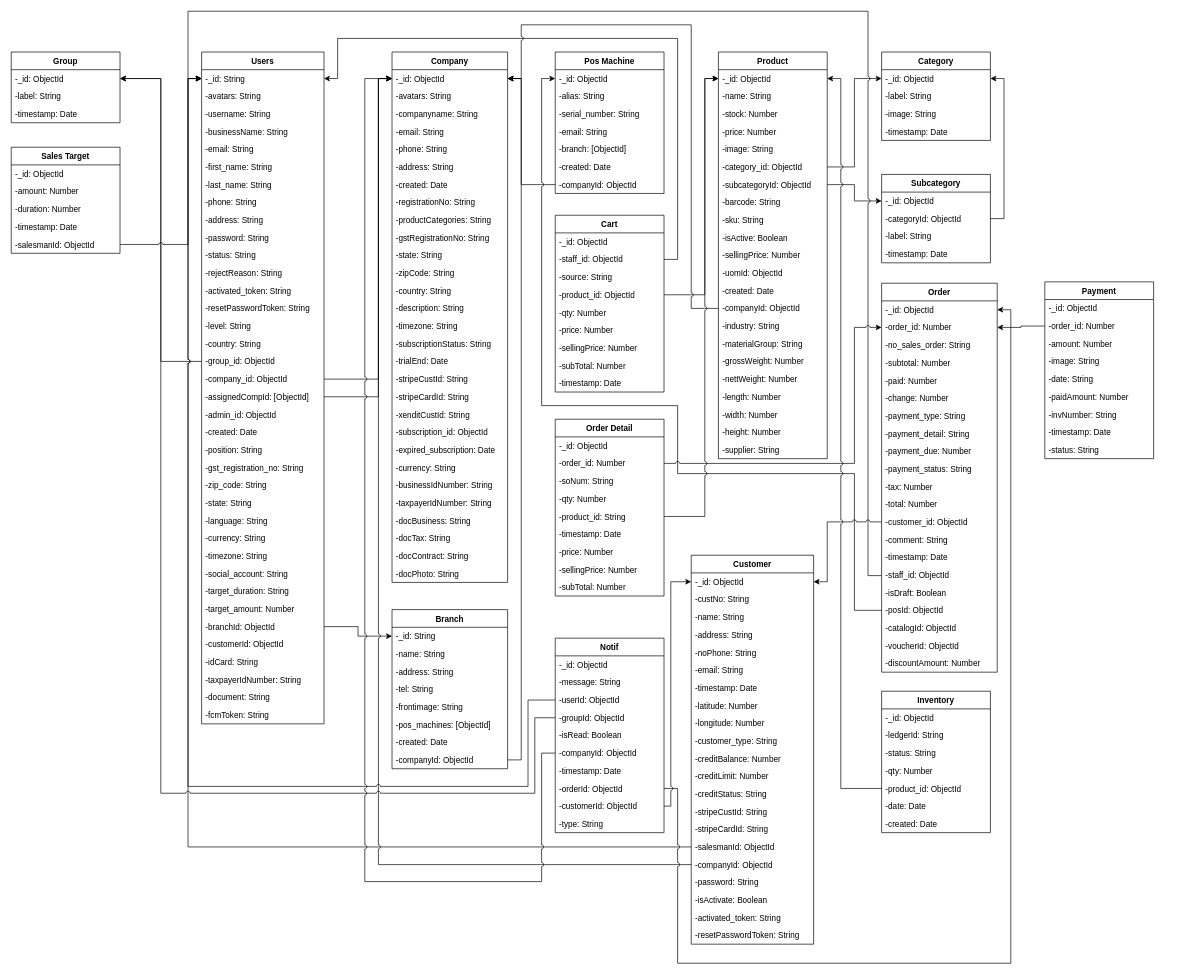
The draw.io diagram Baskit Database ERD.drawio in qadzifi-baskit/baskit-diagram, before the edit. Source tidied: cells renumbered, new cells numbered last; positions are measured from the earlier drawing's top-left corner, leaving out a move shared by most shapes. Both pictures are drawn from the tidied source at 68%, with x=0, y=0 at pixel (11, 11).
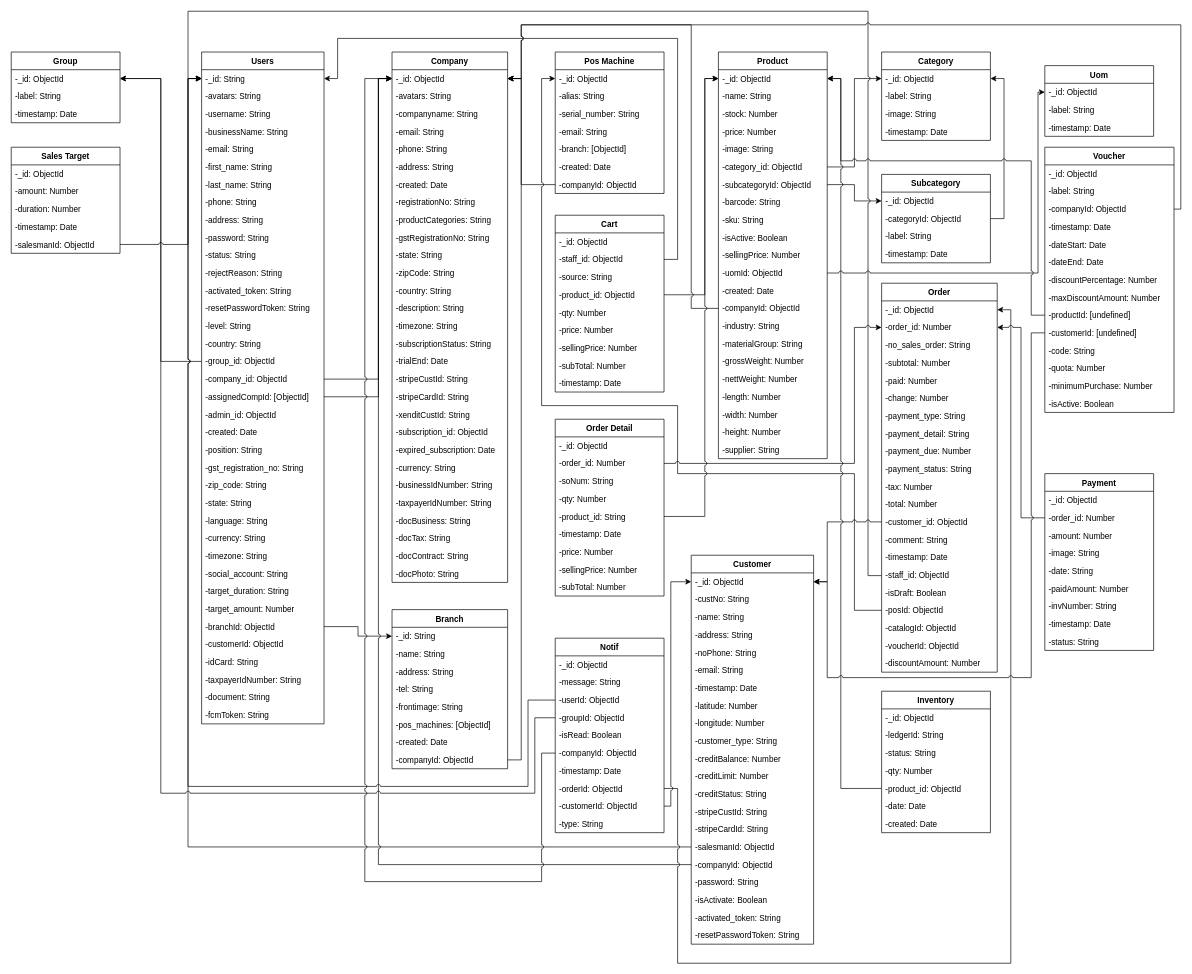
The same page after the edit.

Commit message:
add voucher schema

Unchanged cells that the change refers to:
```xml
<mxCell id="7" value="-_id: ObjectId" style="text;strokeColor=none;fillColor=none;align=left;verticalAlign=top;spacingLeft=4;spacingRight=4;overflow=hidden;points=[[0,0.5],[1,0.5]];portConstraint=eastwest;" parent="6" vertex="1">
  <mxGeometry y="26" width="170" height="26" as="geometry" />
</mxCell>
<mxCell id="109" value="-_id: ObjectId" style="text;strokeColor=none;fillColor=none;align=left;verticalAlign=top;spacingLeft=4;spacingRight=4;overflow=hidden;points=[[0,0.5],[1,0.5]];portConstraint=eastwest;" parent="108" vertex="1">
  <mxGeometry y="26" width="160" height="26" as="geometry" />
</mxCell>
<mxCell id="120" value="-uomId: ObjectId" style="text;strokeColor=none;fillColor=none;align=left;verticalAlign=top;spacingLeft=4;spacingRight=4;overflow=hidden;points=[[0,0.5],[1,0.5]];portConstraint=eastwest;" parent="108" vertex="1">
  <mxGeometry y="312" width="160" height="26" as="geometry" />
</mxCell>
<mxCell id="148" value="-order_id: Number" style="text;strokeColor=none;fillColor=none;align=left;verticalAlign=top;spacingLeft=4;spacingRight=4;overflow=hidden;points=[[0,0.5],[1,0.5]];portConstraint=eastwest;" parent="146" vertex="1">
  <mxGeometry y="52" width="170" height="26" as="geometry" />
</mxCell>
<mxCell id="183" value="-_id: ObjectId" style="text;strokeColor=none;fillColor=none;align=left;verticalAlign=top;spacingLeft=4;spacingRight=4;overflow=hidden;points=[[0,0.5],[1,0.5]];portConstraint=eastwest;" parent="182" vertex="1">
  <mxGeometry y="26" width="180" height="26" as="geometry" />
</mxCell>
<mxCell id="234" value="-order_id: Number" style="text;strokeColor=none;fillColor=none;align=left;verticalAlign=top;spacingLeft=4;spacingRight=4;overflow=hidden;points=[[0,0.5],[1,0.5]];portConstraint=eastwest;" parent="232" vertex="1">
  <mxGeometry y="52" width="160" height="26" as="geometry" />
</mxCell>
```

The edit, as a diff of the source:
```diff
@@
     <mxCell id="232" value="Payment" style="swimlane;fontStyle=1;horizontal=1;startSize=26;" parent="1" vertex="1">
-      <mxGeometry x="1520" y="398" width="160" height="260" as="geometry" />
+      <mxGeometry x="1520" y="680" width="160" height="260" as="geometry" />
     </mxCell>
@@
-    <mxCell id="242" style="edgeStyle=orthogonalEdgeStyle;rounded=0;jettySize=auto;html=1;" parent="1" edge="1" source="234" target="148">
+    <mxCell id="242" style="edgeStyle=orthogonalEdgeStyle;rounded=0;jettySize=auto;html=1;jumpStyle=arc;" parent="1" edge="1" source="234" target="148">
       <mxGeometry relative="1" as="geometry" />
     </mxCell>
@@
+    <mxCell id="250" value="Uom" style="swimlane;fontStyle=1;horizontal=1;startSize=26;" parent="1" vertex="1">
+      <mxGeometry x="1520" y="80" width="160" height="104" as="geometry" />
+    </mxCell>
+    <mxCell id="251" value="-_id: ObjectId" style="text;strokeColor=none;fillColor=none;align=left;verticalAlign=top;spacingLeft=4;spacingRight=4;overflow=hidden;points=[[0,0.5],[1,0.5]];portConstraint=eastwest;" parent="250" vertex="1">
+      <mxGeometry y="26" width="160" height="26" as="geometry" />
+    </mxCell>
+    <mxCell id="252" value="-label: String" style="text;strokeColor=none;fillColor=none;align=left;verticalAlign=top;spacingLeft=4;spacingRight=4;overflow=hidden;" parent="250" vertex="1">
+      <mxGeometry y="52" width="160" height="26" as="geometry" />
+    </mxCell>
+    <mxCell id="253" value="-timestamp: Date" style="text;strokeColor=none;fillColor=none;align=left;verticalAlign=top;spacingLeft=4;spacingRight=4;overflow=hidden;" parent="250" vertex="1">
+      <mxGeometry y="78" width="160" height="26" as="geometry" />
+    </mxCell>
+    <mxCell id="254" style="edgeStyle=orthogonalEdgeStyle;rounded=0;jettySize=auto;html=1;jumpStyle=arc;" parent="1" edge="1" source="120" target="251">
+      <mxGeometry relative="1" as="geometry">
+        <Array as="points">
+          <mxPoint x="1510" y="385" />
+          <mxPoint x="1510" y="119" />
+        </Array>
+      </mxGeometry>
+    </mxCell>
+    <mxCell id="255" value="Voucher" style="swimlane;fontStyle=1;horizontal=1;startSize=26;" parent="1" vertex="1">
+      <mxGeometry x="1520" y="200" width="190" height="390" as="geometry" />
+    </mxCell>
+    <mxCell id="256" value="-_id: ObjectId" style="text;strokeColor=none;fillColor=none;align=left;verticalAlign=top;spacingLeft=4;spacingRight=4;overflow=hidden;" parent="255" vertex="1">
+      <mxGeometry y="26" width="190" height="26" as="geometry" />
+    </mxCell>
+    <mxCell id="257" value="-label: String" style="text;strokeColor=none;fillColor=none;align=left;verticalAlign=top;spacingLeft=4;spacingRight=4;overflow=hidden;" parent="255" vertex="1">
+      <mxGeometry y="52" width="190" height="26" as="geometry" />
+    </mxCell>
+    <mxCell id="258" value="-companyId: ObjectId" style="text;strokeColor=none;fillColor=none;align=left;verticalAlign=top;spacingLeft=4;spacingRight=4;overflow=hidden;points=[[0,0.5],[1,0.5]];portConstraint=eastwest;" parent="255" vertex="1">
+      <mxGeometry y="78" width="190" height="26" as="geometry" />
+    </mxCell>
+    <mxCell id="259" value="-timestamp: Date" style="text;strokeColor=none;fillColor=none;align=left;verticalAlign=top;spacingLeft=4;spacingRight=4;overflow=hidden;" parent="255" vertex="1">
+      <mxGeometry y="104" width="190" height="26" as="geometry" />
+    </mxCell>
+    <mxCell id="260" value="-dateStart: Date" style="text;strokeColor=none;fillColor=none;align=left;verticalAlign=top;spacingLeft=4;spacingRight=4;overflow=hidden;" parent="255" vertex="1">
+      <mxGeometry y="130" width="190" height="26" as="geometry" />
+    </mxCell>
+    <mxCell id="261" value="-dateEnd: Date" style="text;strokeColor=none;fillColor=none;align=left;verticalAlign=top;spacingLeft=4;spacingRight=4;overflow=hidden;" parent="255" vertex="1">
+      <mxGeometry y="156" width="190" height="26" as="geometry" />
+    </mxCell>
+    <mxCell id="262" value="-discountPercentage: Number" style="text;strokeColor=none;fillColor=none;align=left;verticalAlign=top;spacingLeft=4;spacingRight=4;overflow=hidden;" parent="255" vertex="1">
+      <mxGeometry y="182" width="190" height="26" as="geometry" />
+    </mxCell>
+    <mxCell id="263" value="-maxDiscountAmount: Number" style="text;strokeColor=none;fillColor=none;align=left;verticalAlign=top;spacingLeft=4;spacingRight=4;overflow=hidden;" parent="255" vertex="1">
+      <mxGeometry y="208" width="190" height="26" as="geometry" />
+    </mxCell>
+    <mxCell id="264" value="-productId: [undefined]" style="text;strokeColor=none;fillColor=none;align=left;verticalAlign=top;spacingLeft=4;spacingRight=4;overflow=hidden;points=[[0,0.5],[1,0.5]];portConstraint=eastwest;" parent="255" vertex="1">
+      <mxGeometry y="234" width="190" height="26" as="geometry" />
+    </mxCell>
+    <mxCell id="265" value="-customerId: [undefined]" style="text;strokeColor=none;fillColor=none;align=left;verticalAlign=top;spacingLeft=4;spacingRight=4;overflow=hidden;points=[[0,0.5],[1,0.5]];portConstraint=eastwest;" parent="255" vertex="1">
+      <mxGeometry y="260" width="190" height="26" as="geometry" />
+    </mxCell>
+    <mxCell id="266" value="-code: String" style="text;strokeColor=none;fillColor=none;align=left;verticalAlign=top;spacingLeft=4;spacingRight=4;overflow=hidden;" parent="255" vertex="1">
+      <mxGeometry y="286" width="190" height="26" as="geometry" />
+    </mxCell>
+    <mxCell id="267" value="-quota: Number" style="text;strokeColor=none;fillColor=none;align=left;verticalAlign=top;spacingLeft=4;spacingRight=4;overflow=hidden;" parent="255" vertex="1">
+      <mxGeometry y="312" width="190" height="26" as="geometry" />
+    </mxCell>
+    <mxCell id="268" value="-minimumPurchase: Number" style="text;strokeColor=none;fillColor=none;align=left;verticalAlign=top;spacingLeft=4;spacingRight=4;overflow=hidden;" parent="255" vertex="1">
+      <mxGeometry y="338" width="190" height="26" as="geometry" />
+    </mxCell>
+    <mxCell id="269" value="-isActive: Boolean" style="text;strokeColor=none;fillColor=none;align=left;verticalAlign=top;spacingLeft=4;spacingRight=4;overflow=hidden;" parent="255" vertex="1">
+      <mxGeometry y="364" width="190" height="26" as="geometry" />
+    </mxCell>
+    <mxCell id="270" style="edgeStyle=orthogonalEdgeStyle;rounded=0;jettySize=auto;html=1;jumpStyle=arc;" parent="1" edge="1" source="264" target="109">
+      <mxGeometry relative="1" as="geometry">
+        <Array as="points">
+          <mxPoint x="1500" y="447" />
+          <mxPoint x="1500" y="220" />
+          <mxPoint x="1220" y="220" />
+          <mxPoint x="1220" y="99" />
+        </Array>
+      </mxGeometry>
+    </mxCell>
+    <mxCell id="271" style="edgeStyle=orthogonalEdgeStyle;rounded=0;jettySize=auto;html=1;jumpStyle=arc;" parent="1" edge="1" source="265" target="183">
+      <mxGeometry relative="1" as="geometry">
+        <Array as="points">
+          <mxPoint x="1500" y="473" />
+          <mxPoint x="1500" y="980" />
+          <mxPoint x="1200" y="980" />
+          <mxPoint x="1200" y="839" />
+        </Array>
+      </mxGeometry>
+    </mxCell>
+    <mxCell id="272" style="edgeStyle=orthogonalEdgeStyle;rounded=0;jettySize=auto;html=1;jumpStyle=arc;" parent="1" edge="1" source="258" target="7">
+      <mxGeometry relative="1" as="geometry">
+        <Array as="points">
+          <mxPoint x="1720" y="291" />
+          <mxPoint x="1720" y="20" />
+          <mxPoint x="750" y="20" />
+          <mxPoint x="750" y="99" />
+        </Array>
+      </mxGeometry>
+    </mxCell>
```
